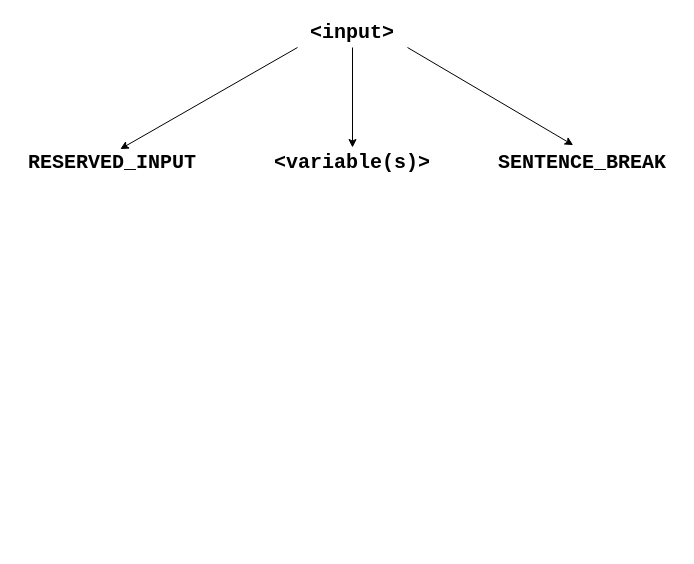
Earlier version of the draw.io diagram tree.drawio (MonaJea-Ng/Projects). Source tidied: cells renumbered, new cells numbered last; positions are measured from the earlier drawing's top-left corner, leaving out a move shared by most shapes. Both pictures are drawn from the tidied source at 100%, with x=0, y=0 at pixel (17, 17).
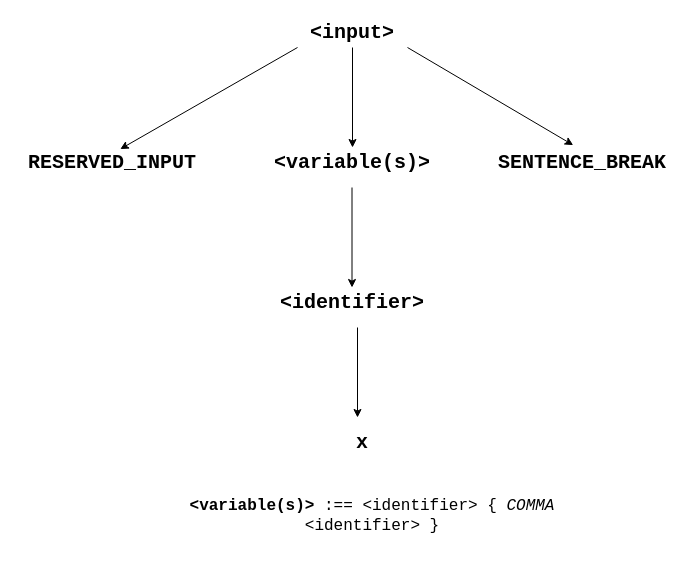
The same diagram, later.

The edit, as a diff of the source:
```diff
@@
 <mxGraphModel>
   <root>
     <mxCell id="0" />
     <mxCell id="1" parent="0" />
     <mxCell id="2" value="&lt;font style=&quot;font-size: 20px;&quot; face=&quot;Courier New&quot;&gt;&lt;b&gt;&amp;lt;input&amp;gt;&lt;/b&gt;&lt;/font&gt;" style="text;html=1;strokeColor=none;fillColor=none;align=center;verticalAlign=middle;whiteSpace=wrap;rounded=0;" parent="1" vertex="1">
       <mxGeometry x="280" width="110" height="30" as="geometry" />
     </mxCell>
     <mxCell id="3" value="&lt;font style=&quot;font-size: 20px;&quot; face=&quot;Courier New&quot;&gt;&lt;b&gt;RESERVED_INPUT&lt;/b&gt;&lt;/font&gt;" style="text;html=1;strokeColor=none;fillColor=none;align=center;verticalAlign=middle;whiteSpace=wrap;rounded=0;" parent="1" vertex="1">
       <mxGeometry y="130" width="190" height="30" as="geometry" />
     </mxCell>
     <mxCell id="4" value="&lt;font style=&quot;font-size: 20px;&quot; face=&quot;Courier New&quot;&gt;&lt;b&gt;&amp;lt;variable(s)&amp;gt;&lt;/b&gt;&lt;/font&gt;" style="text;html=1;strokeColor=none;fillColor=none;align=center;verticalAlign=middle;whiteSpace=wrap;rounded=0;" parent="1" vertex="1">
       <mxGeometry x="240" y="130" width="190" height="30" as="geometry" />
     </mxCell>
     <mxCell id="5" value="&lt;font style=&quot;font-size: 20px;&quot; face=&quot;Courier New&quot;&gt;&lt;b&gt;SENTENCE_BREAK&lt;/b&gt;&lt;/font&gt;" style="text;html=1;strokeColor=none;fillColor=none;align=center;verticalAlign=middle;whiteSpace=wrap;rounded=0;" parent="1" vertex="1">
       <mxGeometry x="470" y="130" width="190" height="30" as="geometry" />
     </mxCell>
     <mxCell id="6" style="endArrow=classic;html=1;rounded=0;exitX=0;exitY=1;exitDx=0;exitDy=0;entryX=0.541;entryY=0.053;entryDx=0;entryDy=0;entryPerimeter=0;" parent="1" edge="1" source="2" target="3">
       <mxGeometry relative="1" as="geometry" />
     </mxCell>
     <mxCell id="7" style="endArrow=classic;html=1;rounded=0;exitX=0.5;exitY=1;exitDx=0;exitDy=0;" parent="1" edge="1" source="2" target="4">
       <mxGeometry relative="1" as="geometry" />
     </mxCell>
     <mxCell id="8" style="endArrow=classic;html=1;rounded=0;exitX=1;exitY=1;exitDx=0;exitDy=0;entryX=0.451;entryY=-0.08;entryDx=0;entryDy=0;entryPerimeter=0;" parent="1" edge="1" source="2" target="5">
       <mxGeometry relative="1" as="geometry" />
     </mxCell>
+    <mxCell id="9" value="&lt;p style=&quot;line-height:1.38;margin-left: 36pt;margin-top:0pt;margin-bottom:0pt;&quot; dir=&quot;ltr&quot;&gt;&lt;/p&gt;&lt;div&gt;&lt;/div&gt;&lt;span style=&quot;font-size: 12pt; font-family: Consolas, sans-serif; background-color: transparent; font-weight: 700; font-variant-numeric: normal; font-variant-east-asian: normal; font-variant-alternates: normal; font-variant-position: normal; vertical-align: baseline;&quot;&gt;&amp;lt;variable(s)&amp;gt;&lt;/span&gt;&lt;span style=&quot;font-size: 12pt; font-family: Consolas, sans-serif; background-color: transparent; font-variant-numeric: normal; font-variant-east-asian: normal; font-variant-alternates: normal; font-variant-position: normal; vertical-align: baseline;&quot;&gt; :== &amp;lt;identifier&amp;gt; { &lt;/span&gt;&lt;span style=&quot;font-size: 12pt; font-family: Consolas, sans-serif; background-color: transparent; font-style: italic; font-variant-numeric: normal; font-variant-east-asian: normal; font-variant-alternates: normal; font-variant-position: normal; vertical-align: baseline;&quot;&gt;COMMA&lt;/span&gt;&lt;span style=&quot;font-size: 12pt; font-family: Consolas, sans-serif; background-color: transparent; font-variant-numeric: normal; font-variant-east-asian: normal; font-variant-alternates: normal; font-variant-position: normal; vertical-align: baseline;&quot;&gt; &amp;lt;identifier&amp;gt; }&lt;/span&gt;&lt;p&gt;&lt;/p&gt;&lt;span id=&quot;docs-internal-guid-a6600e4d-7fff-0cf2-b259-b86277cd47f8&quot;&gt;&lt;/span&gt;" style="text;html=1;strokeColor=none;fillColor=none;align=center;verticalAlign=middle;whiteSpace=wrap;rounded=0;" parent="1" vertex="1">
+      <mxGeometry x="110" y="490" width="490" height="30" as="geometry" />
+    </mxCell>
+    <mxCell id="10" value="&lt;font style=&quot;font-size: 20px;&quot; face=&quot;Courier New&quot;&gt;&lt;b&gt;&amp;lt;identifier&amp;gt;&lt;/b&gt;&lt;/font&gt;" style="text;html=1;strokeColor=none;fillColor=none;align=center;verticalAlign=middle;whiteSpace=wrap;rounded=0;" parent="1" vertex="1">
+      <mxGeometry x="240" y="270" width="190" height="30" as="geometry" />
+    </mxCell>
+    <mxCell id="11" style="endArrow=classic;html=1;rounded=0;exitX=0.5;exitY=1;exitDx=0;exitDy=0;" parent="1" edge="1">
+      <mxGeometry relative="1" as="geometry">
+        <mxPoint x="334.5" y="170" as="sourcePoint" />
+        <mxPoint x="334.5" y="270" as="targetPoint" />
+      </mxGeometry>
+    </mxCell>
+    <mxCell id="12" style="endArrow=classic;html=1;rounded=0;" parent="1" edge="1">
+      <mxGeometry relative="1" as="geometry">
+        <mxPoint x="340" y="310" as="sourcePoint" />
+        <mxPoint x="340" y="400" as="targetPoint" />
+      </mxGeometry>
+    </mxCell>
+    <mxCell id="13" value="&lt;font style=&quot;font-size: 20px;&quot; face=&quot;Courier New&quot;&gt;&lt;b&gt;x&lt;/b&gt;&lt;/font&gt;" style="text;html=1;strokeColor=none;fillColor=none;align=center;verticalAlign=middle;whiteSpace=wrap;rounded=0;" parent="1" vertex="1">
+      <mxGeometry x="250" y="410" width="190" height="30" as="geometry" />
+    </mxCell>
   </root>
 </mxGraphModel>
```
